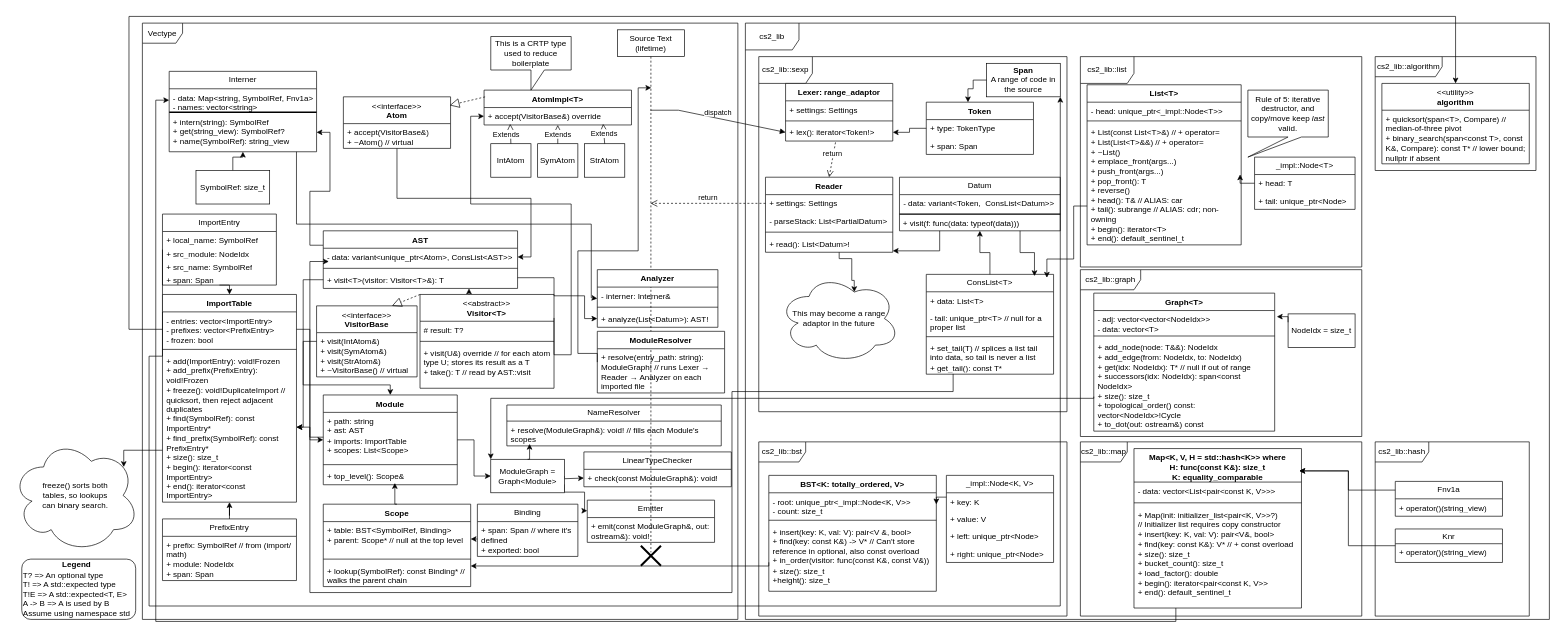
The draw.io diagram page "Full Diagram" (1 of 2) of projects/vectype/docs/diagrams/Vectype.drawio in enderger/Computer-Science-2, before the edit. Source tidied: cells renumbered, new cells numbered last; positions are measured from the earlier drawing's top-left corner, leaving out a move shared by most shapes. Both pictures are drawn from the tidied source at 67%, with x=0, y=0 at pixel (11, 16).
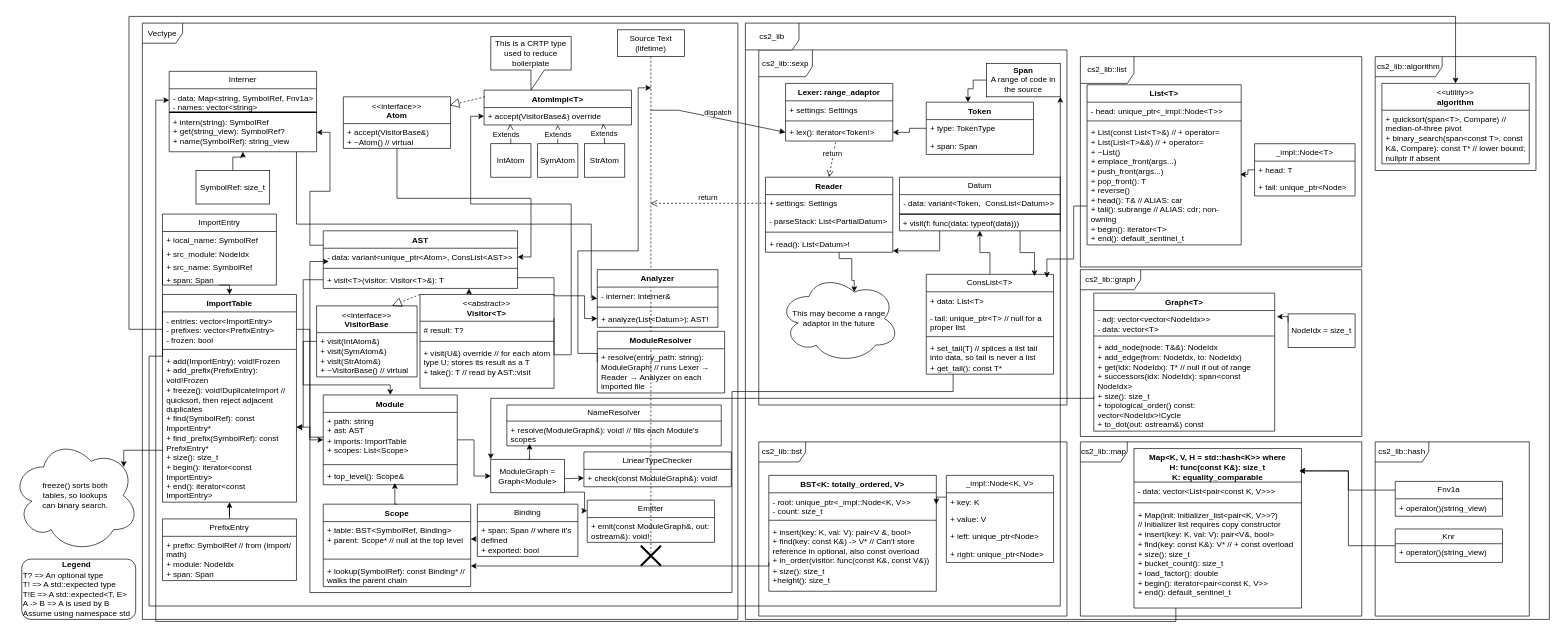
The same diagram, later.

Commit message:
Fix small mistake on the diagram

The change refers to these unchanged cells:
```xml
<mxCell id="22" value="&lt;div&gt;+ List(const List&amp;lt;T&amp;gt;&amp;amp;) // + operator=&lt;/div&gt;&lt;div&gt;+ List(List&amp;lt;T&amp;gt;&amp;amp;&amp;amp;) // + operator=&lt;/div&gt;&lt;div&gt;+ ~List()&lt;/div&gt;&lt;div&gt;+ emplace_front(args...)&lt;/div&gt;&lt;div&gt;&lt;span style=&quot;background-color: transparent; color: light-dark(rgb(0, 0, 0), rgb(255, 255, 255));&quot;&gt;+ push_front(args...)&lt;/span&gt;&lt;/div&gt;&lt;div&gt;+ pop_front(): T&lt;/div&gt;&lt;div&gt;&lt;div&gt;&lt;span style=&quot;background-color: transparent; color: light-dark(rgb(0, 0, 0), rgb(255, 255, 255));&quot;&gt;+ reverse()&lt;/span&gt;&lt;/div&gt;&lt;/div&gt;&lt;div&gt;+ head(): T&amp;amp; // ALIAS: car&lt;/div&gt;&lt;div&gt;+ tail(): subrange // ALIAS: cdr; non-owning&lt;/div&gt;&lt;div&gt;+ begin(): iterator&amp;lt;T&amp;gt;&lt;/div&gt;&lt;div&gt;+ end(): default_sentinel_t&lt;/div&gt;" style="text;strokeColor=none;fillColor=none;align=left;verticalAlign=top;spacingLeft=4;spacingRight=4;overflow=hidden;points=[[0,0.5],[1,0.5]];portConstraint=eastwest;whiteSpace=wrap;html=1;" parent="19" vertex="1">
  <mxGeometry y="58" width="230" height="181" as="geometry" />
</mxCell>
```

What changed in the source:
```diff
@@
     <mxCell id="3" value="cs2_lib::sexp" style="shape=umlFrame;whiteSpace=wrap;html=1;width=80;height=40;" parent="1" vertex="1">
-      <mxGeometry x="1115" y="60" width="460" height="530" as="geometry" />
+      <mxGeometry x="1115" y="50" width="460" height="530" as="geometry" />
     </mxCell>
@@
-    <mxCell id="115" value="Rule of 5: iterative destructor, and copy/move keep &lt;i&gt;last&lt;/i&gt; valid." style="shape=callout;whiteSpace=wrap;html=1;perimeter=calloutPerimeter;position2=0;" parent="1" vertex="1">
-      <mxGeometry x="1845" y="110" width="120" height="100" as="geometry" />
-    </mxCell>
     <mxCell id="116" value="_impl::Node&amp;lt;T&amp;gt;" style="swimlane;fontStyle=0;horizontal=1;startSize=26;fillColor=none;whiteSpace=wrap;html=1;" parent="1" vertex="1">
-      <mxGeometry x="1855" y="210" width="150" height="78" as="geometry" />
+      <mxGeometry x="1855" y="190" width="150" height="78" as="geometry" />
     </mxCell>
@@
     <mxCell id="119" style="edgeStyle=orthogonalEdgeStyle;rounded=0;jettySize=auto;html=1;exitX=0;exitY=0.5;exitDx=0;exitDy=0;entryX=0.993;entryY=0.419;entryDx=0;entryDy=0;entryPerimeter=0;" parent="1" edge="1" source="116" target="22">
-      <mxGeometry relative="1" as="geometry" />
+      <mxGeometry relative="1" as="geometry">
+        <Array as="points">
+          <mxPoint x="1845" y="229" />
+          <mxPoint x="1845" y="235.8" />
+        </Array>
+      </mxGeometry>
     </mxCell>
```
